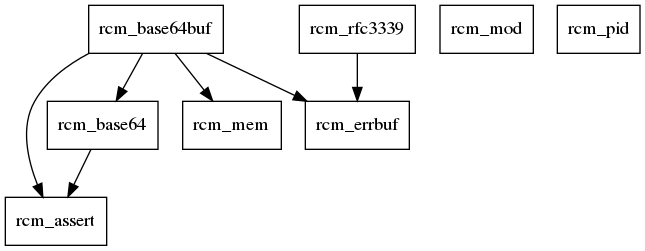
Above: docs/module_deps.png in librcm/librcm (Graphviz), before the change. Its source is kept beside it as docs/module_deps.dot.
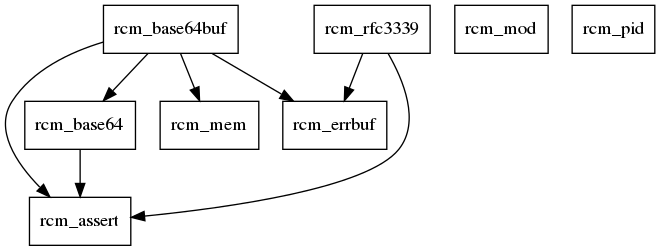
The same file after the commit.

Change to the diagram source:
```diff
@@ -12,5 +12,6 @@
   rcm_base64buf -> rcm_base64
   rcm_base64buf -> rcm_errbuf
   rcm_base64buf -> rcm_mem
+  rcm_rfc3339 -> rcm_assert
   rcm_rfc3339 -> rcm_errbuf
 }
```
